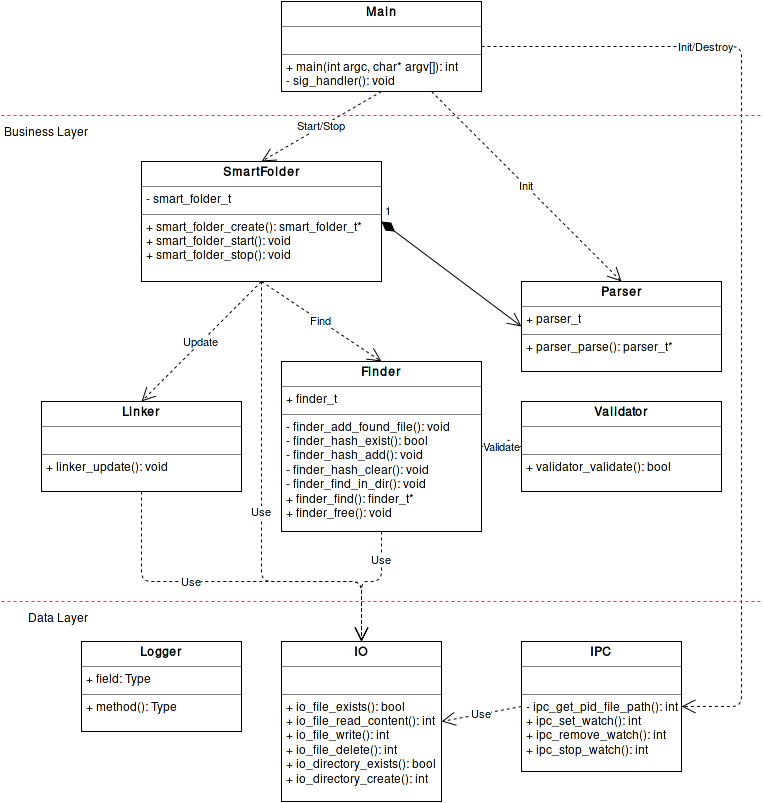
Above: report/img/modules.png in claudiosousa/hepia-projects-smart-folder (draw.io), before the change. Source tidied: cells renumbered, new cells last; positions are measured from the earlier drawing's top-left corner, leaving out a move shared by most shapes.
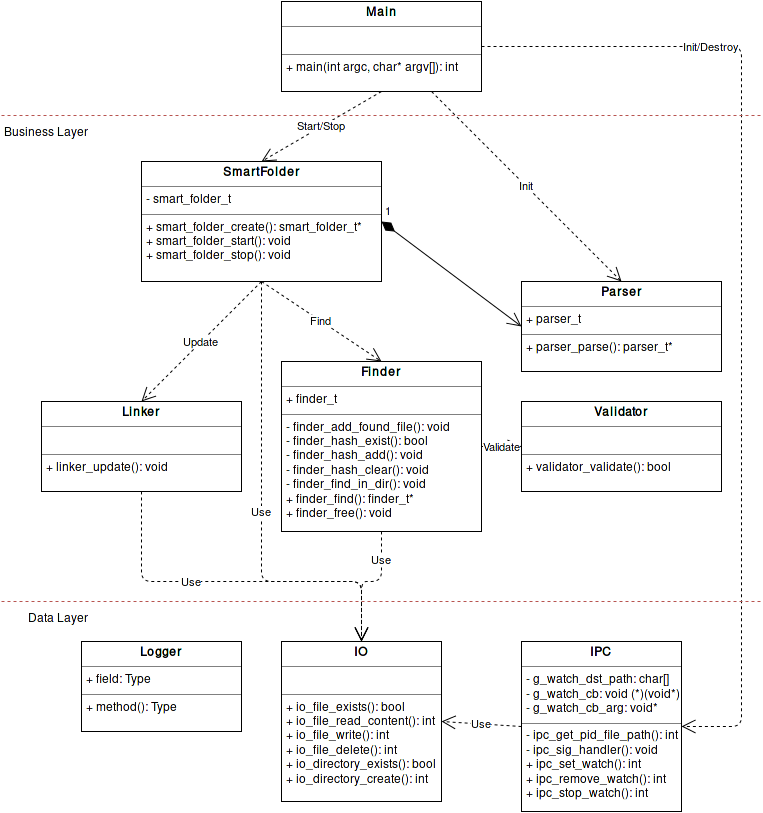
After the change.

Change to the diagram source:
```diff
@@ -2,11 +2,11 @@
   <root>
     <mxCell id="0" />
     <mxCell id="1" parent="0" />
-    <mxCell id="2" value="&lt;p style=&quot;margin: 0px ; margin-top: 4px ; text-align: center&quot;&gt;&lt;b&gt;Main&lt;/b&gt;&lt;br&gt;&lt;/p&gt;&lt;hr size=&quot;1&quot;&gt;&lt;p style=&quot;margin: 0px ; margin-left: 4px&quot;&gt;&lt;br&gt;&lt;/p&gt;&lt;hr size=&quot;1&quot;&gt;&lt;p style=&quot;margin: 0px ; margin-left: 4px&quot;&gt;+ main(int argc, char* argv[]): int&lt;/p&gt;&lt;p style=&quot;margin: 0px ; margin-left: 4px&quot;&gt;- sig_handler(): void&lt;br&gt;&lt;/p&gt;" style="verticalAlign=top;align=left;overflow=fill;fontSize=12;fontFamily=Helvetica;html=1;" parent="1" vertex="1">
+    <mxCell id="2" value="&lt;p style=&quot;margin: 0px ; margin-top: 4px ; text-align: center&quot;&gt;&lt;b&gt;Main&lt;/b&gt;&lt;br&gt;&lt;/p&gt;&lt;hr size=&quot;1&quot;&gt;&lt;p style=&quot;margin: 0px ; margin-left: 4px&quot;&gt;&lt;br&gt;&lt;/p&gt;&lt;hr size=&quot;1&quot;&gt;&lt;p style=&quot;margin: 0px ; margin-left: 4px&quot;&gt;+ main(int argc, char* argv[]): int&lt;/p&gt;" style="verticalAlign=top;align=left;overflow=fill;fontSize=12;fontFamily=Helvetica;html=1;" parent="1" vertex="1">
       <mxGeometry x="280" width="200" height="90" as="geometry" />
     </mxCell>
-    <mxCell id="3" value="&lt;p style=&quot;margin: 0px ; margin-top: 4px ; text-align: center&quot;&gt;&lt;b&gt;IPC&lt;/b&gt;&lt;br&gt;&lt;/p&gt;&lt;hr size=&quot;1&quot;&gt;&lt;p style=&quot;margin: 0px ; margin-left: 4px&quot;&gt;&lt;br&gt;&lt;/p&gt;&lt;hr size=&quot;1&quot;&gt;&lt;p style=&quot;margin: 0px ; margin-left: 4px&quot;&gt;- ipc_get_pid_file_path(): int&lt;br&gt;&lt;/p&gt;&lt;p style=&quot;margin: 0px ; margin-left: 4px&quot;&gt;+ ipc_set_watch(): int&lt;/p&gt;&lt;p style=&quot;margin: 0px ; margin-left: 4px&quot;&gt;+ ipc_remove_watch(): int&lt;br&gt;&lt;/p&gt;&lt;p style=&quot;margin: 0px ; margin-left: 4px&quot;&gt;+ ipc_stop_watch(): int&lt;/p&gt;" style="verticalAlign=top;align=left;overflow=fill;fontSize=12;fontFamily=Helvetica;html=1;" parent="1" vertex="1">
-      <mxGeometry x="520" y="640" width="160" height="130" as="geometry" />
+    <mxCell id="3" value="&lt;p style=&quot;margin: 0px ; margin-top: 4px ; text-align: center&quot;&gt;&lt;b&gt;IPC&lt;/b&gt;&lt;br&gt;&lt;/p&gt;&lt;hr size=&quot;1&quot;&gt;&lt;p style=&quot;margin: 0px ; margin-left: 4px&quot;&gt;- g_watch_dst_path: char[]&lt;/p&gt;&lt;p style=&quot;margin: 0px ; margin-left: 4px&quot;&gt;- g_watch_cb: void (*)(void*)&lt;br&gt;&lt;/p&gt;&lt;p style=&quot;margin: 0px ; margin-left: 4px&quot;&gt;- g_watch_cb_arg: void*&lt;br&gt;&lt;/p&gt;&lt;hr size=&quot;1&quot;&gt;&lt;p style=&quot;margin: 0px ; margin-left: 4px&quot;&gt;- ipc_get_pid_file_path(): int&lt;/p&gt;&lt;p style=&quot;margin: 0px ; margin-left: 4px&quot;&gt;- ipc_sig_handler(): void&lt;br&gt;&lt;/p&gt;&lt;p style=&quot;margin: 0px ; margin-left: 4px&quot;&gt;+ ipc_set_watch(): int&lt;/p&gt;&lt;p style=&quot;margin: 0px ; margin-left: 4px&quot;&gt;+ ipc_remove_watch(): int&lt;br&gt;&lt;/p&gt;&lt;p style=&quot;margin: 0px ; margin-left: 4px&quot;&gt;+ ipc_stop_watch(): int&lt;/p&gt;" style="verticalAlign=top;align=left;overflow=fill;fontSize=12;fontFamily=Helvetica;html=1;" parent="1" vertex="1">
+      <mxGeometry x="520" y="640" width="160" height="170" as="geometry" />
     </mxCell>
     <mxCell id="4" value="&lt;p style=&quot;margin: 0px ; margin-top: 4px ; text-align: center&quot;&gt;&lt;b&gt;SmartFolder&lt;/b&gt;&lt;br&gt;&lt;/p&gt;&lt;hr size=&quot;1&quot;&gt;&lt;p style=&quot;margin: 0px ; margin-left: 4px&quot;&gt;- smart_folder_t&lt;br&gt;&lt;/p&gt;&lt;hr size=&quot;1&quot;&gt;&lt;p style=&quot;margin: 0px ; margin-left: 4px&quot;&gt;+ smart_folder_create(): smart_folder_t*&lt;/p&gt;&lt;p style=&quot;margin: 0px ; margin-left: 4px&quot;&gt;+ smart_folder_start(): void&lt;/p&gt;&lt;p style=&quot;margin: 0px ; margin-left: 4px&quot;&gt;+ smart_folder_stop(): void&lt;br&gt;&lt;/p&gt;" style="verticalAlign=top;align=left;overflow=fill;fontSize=12;fontFamily=Helvetica;html=1;" parent="1" vertex="1">
       <mxGeometry x="140" y="160" width="240" height="120" as="geometry" />
@@ -39,7 +39,7 @@
       <mxGeometry x="-0.54" relative="1" as="geometry">
         <Array as="points">
           <mxPoint x="740" y="45" />
-          <mxPoint x="740" y="705" />
+          <mxPoint x="740" y="725" />
         </Array>
       </mxGeometry>
     </mxCell>
```
